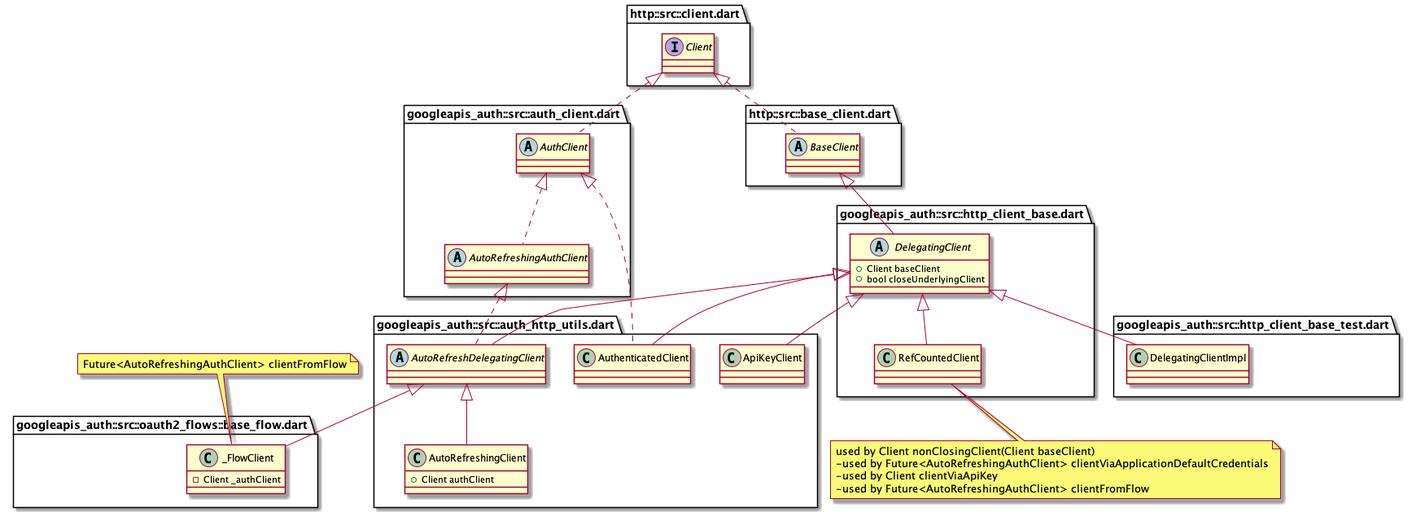
Earlier version of the PlantUML export googleapis_auth/client.png (subfuzion/googleapis.dart).
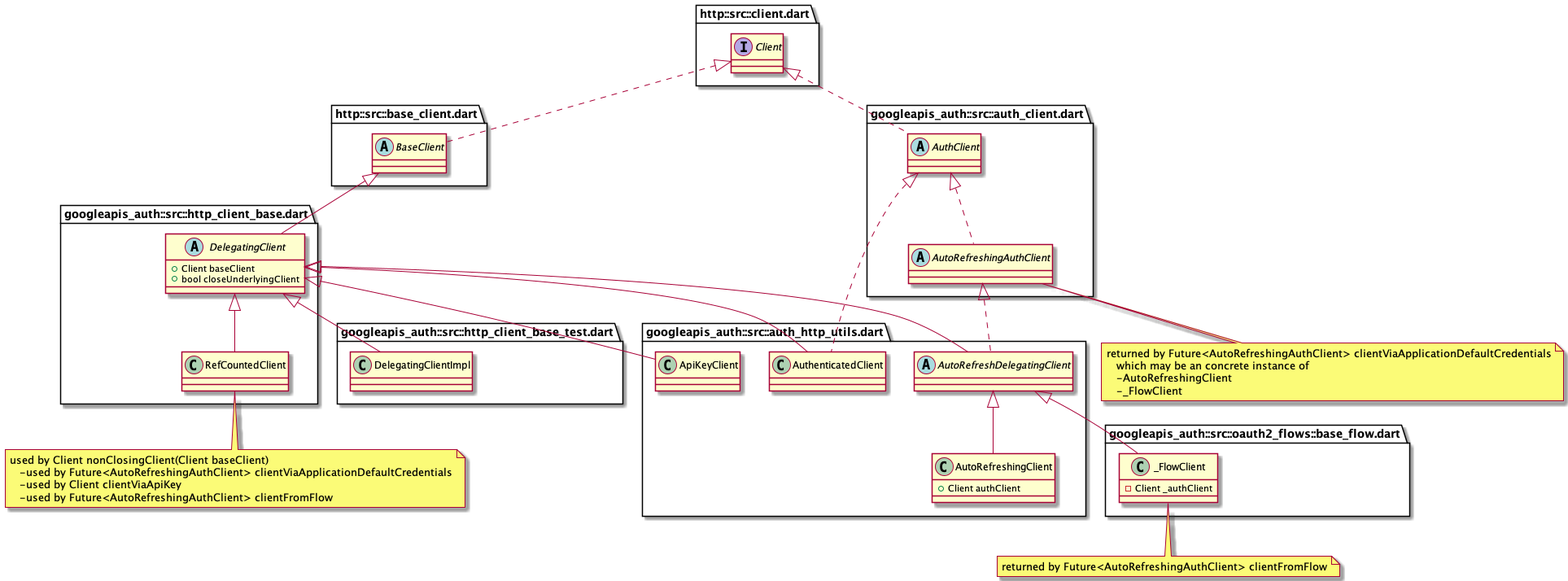
The same file after the commit.

Commit message:
add UML diagram for googleapis_auth *Client

What changed in the source:
```diff
@@ -14,7 +14,7 @@
 
 class "googleapis_auth::src::http_client_base.dart::RefCountedClient" {}
 "googleapis_auth::src::http_client_base.dart::DelegatingClient" <|-- "googleapis_auth::src::http_client_base.dart::RefCountedClient"
-note bottom of "googleapis_auth::src::http_client_base.dart::RefCountedClient" : used by Client nonClosingClient(Client baseClient) \n-used by Future<AutoRefreshingAuthClient> clientViaApplicationDefaultCredentials\n-used by Client clientViaApiKey\n-used by Future<AutoRefreshingAuthClient> clientFromFlow
+note bottom of "googleapis_auth::src::http_client_base.dart::RefCountedClient" : used by Client nonClosingClient(Client baseClient)\n   -used by Future<AutoRefreshingAuthClient> clientViaApplicationDefaultCredentials\n   -used by Client clientViaApiKey\n   -used by Future<AutoRefreshingAuthClient> clientFromFlow
 
 class "googleapis_auth::src::http_client_base_test.dart::DelegatingClientImpl" {}
 "googleapis_auth::src::http_client_base.dart::DelegatingClient" <|-- "googleapis_auth::src::http_client_base_test.dart::DelegatingClientImpl"
@@ -32,13 +32,14 @@
   -Client _authClient
 }
 "googleapis_auth::src::auth_http_utils.dart::AutoRefreshDelegatingClient" <|-- "googleapis_auth::src::oauth2_flows::base_flow.dart::_FlowClient"
-note top of "googleapis_auth::src::oauth2_flows::base_flow.dart::_FlowClient" : Future<AutoRefreshingAuthClient> clientFromFlow
+note bottom of "googleapis_auth::src::oauth2_flows::base_flow.dart::_FlowClient" : returned by Future<AutoRefreshingAuthClient> clientFromFlow
 
 abstract class "googleapis_auth::src::auth_client.dart::AuthClient" {}
 "http::src::client.dart::Client" <|.. "googleapis_auth::src::auth_client.dart::AuthClient"
 
 abstract class "googleapis_auth::src::auth_client.dart::AutoRefreshingAuthClient" {}
 "googleapis_auth::src::auth_client.dart::AuthClient" <|.. "googleapis_auth::src::auth_client.dart::AutoRefreshingAuthClient"
+note bottom of "googleapis_auth::src::auth_client.dart::AutoRefreshingAuthClient" : returned by Future<AutoRefreshingAuthClient> clientViaApplicationDefaultCredentials\n   which may be an concrete instance of\n   -AutoRefreshingClient\n   -_FlowClient
 
 class "googleapis_auth::src::auth_http_utils.dart::AuthenticatedClient" {}
 "googleapis_auth::src::http_client_base.dart::DelegatingClient" <|-- "googleapis_auth::src::auth_http_utils.dart::AuthenticatedClient"
```
